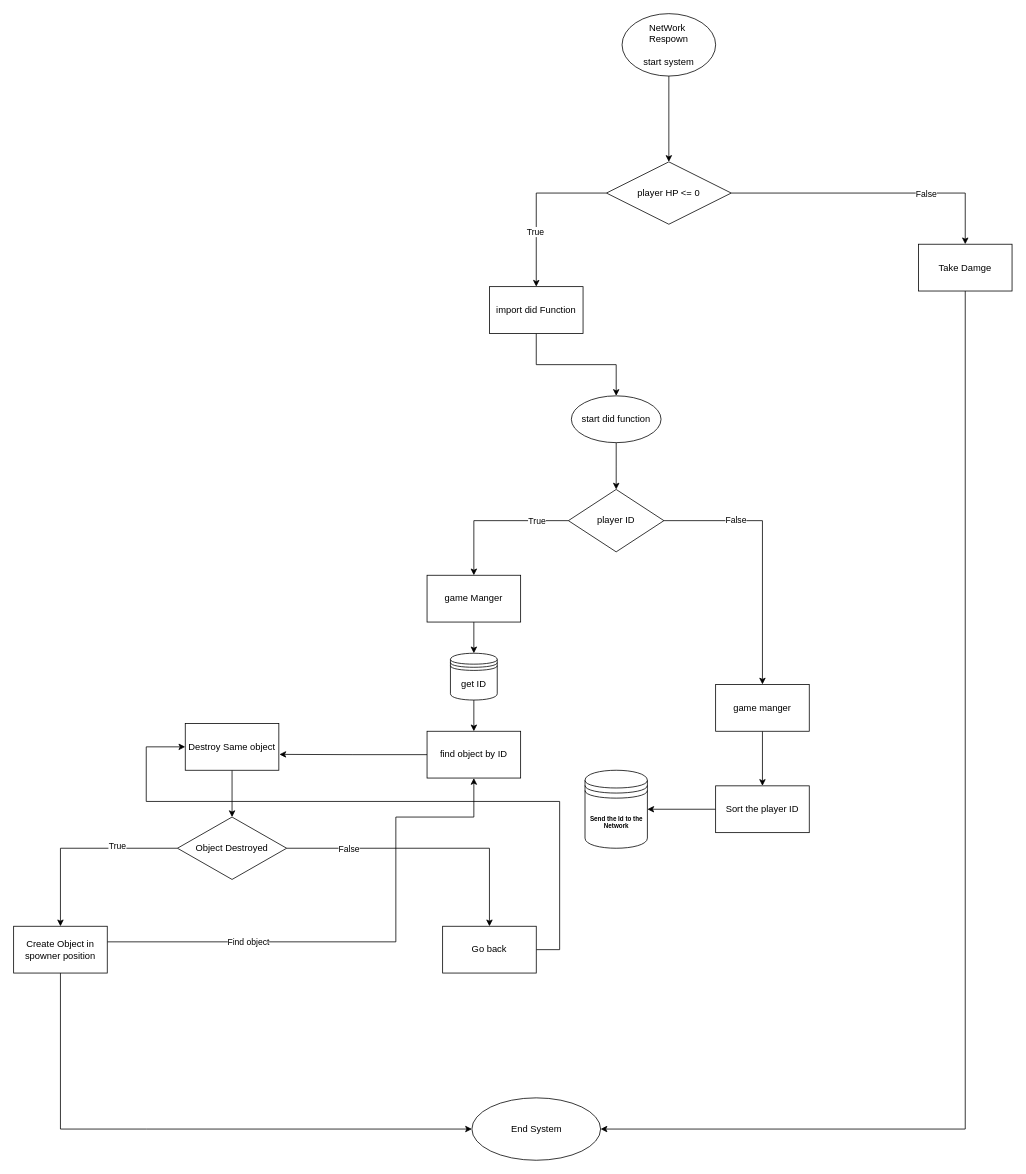
The draw.io diagram Netzork Respozn.drawio in heroassem/my_algo, before the edit. Source tidied: cells renumbered, new cells numbered last; positions are measured from the earlier drawing's top-left corner, leaving out a move shared by most shapes. Both pictures are drawn from the tidied source at 78%, with x=0, y=0 at pixel (13, 13).
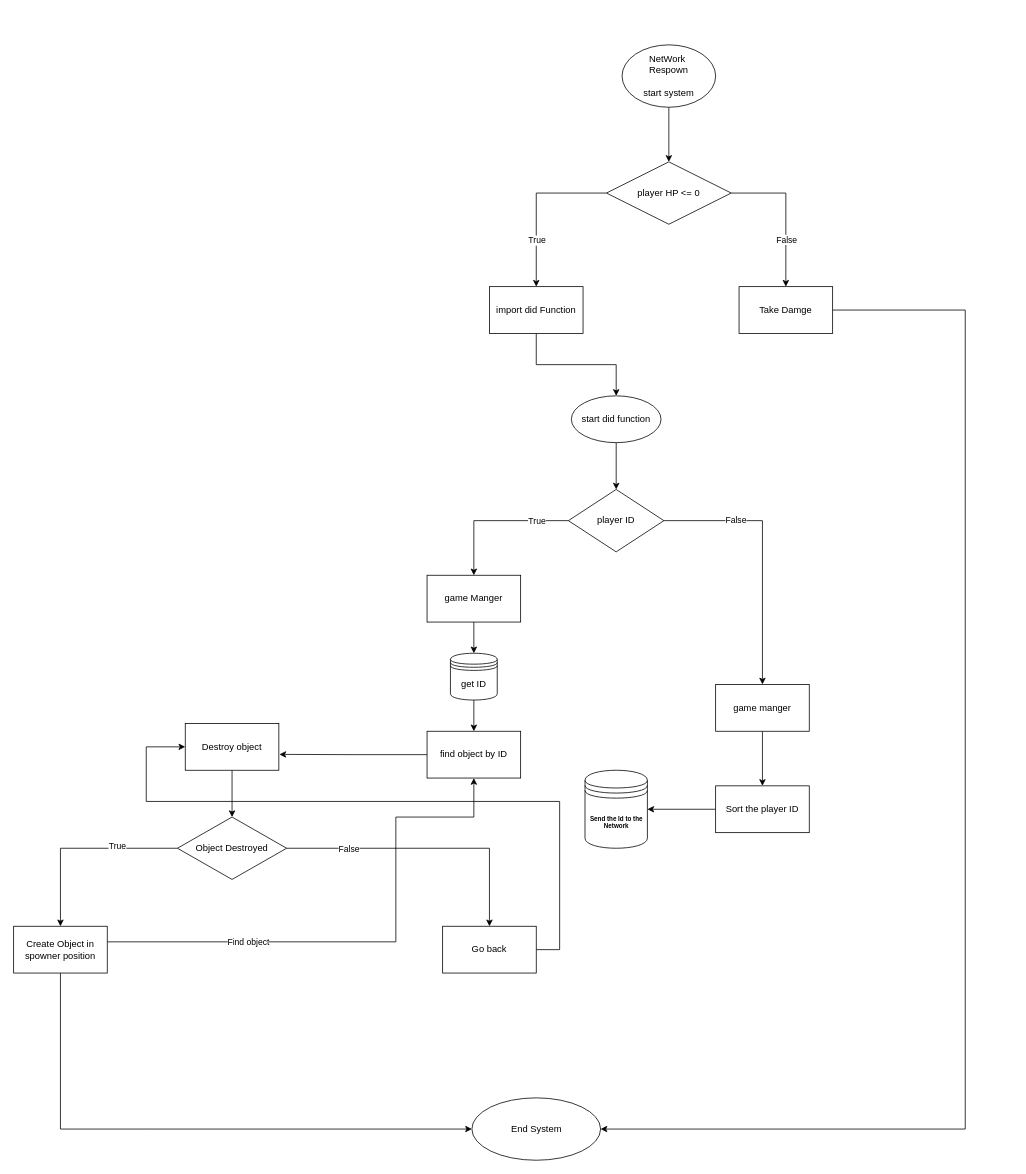
Above is the later version.

Unchanged cells that the change refers to:
```xml
<mxCell id="4" style="edgeStyle=orthogonalEdgeStyle;rounded=0;jettySize=auto;html=1;" parent="1" edge="1" source="8" target="10">
  <mxGeometry relative="1" as="geometry" />
</mxCell>
```

What changed in the source:
```diff
@@
     <mxCell id="3" value="NetWork&amp;nbsp;&lt;div&gt;Respown&lt;/div&gt;&lt;div&gt;&lt;br&gt;&lt;/div&gt;&lt;div&gt;start system&lt;/div&gt;" style="ellipse;whiteSpace=wrap;html=1;" parent="1" vertex="1">
-      <mxGeometry x="780" width="120" height="80" as="geometry" />
+      <mxGeometry x="780" y="40" width="120" height="80" as="geometry" />
     </mxCell>
@@
     <mxCell id="5" value="True" style="edgeLabel;html=1;align=center;verticalAlign=middle;" parent="4" vertex="1">
-      <mxGeometry x="0.32" y="-2" relative="1" as="geometry" />
+      <mxGeometry x="0.32" y="-2" relative="1" as="geometry">
+        <mxPoint x="2" y="11" as="offset" />
+      </mxGeometry>
     </mxCell>
@@
     <mxCell id="12" value="Take Damge" style="whiteSpace=wrap;html=1;" parent="1" vertex="1">
-      <mxGeometry x="1160" y="295.6" width="120" height="60" as="geometry" />
+      <mxGeometry x="930" y="350" width="120" height="60" as="geometry" />
     </mxCell>
@@
-    <mxCell id="31" value="Destroy Same object" style="whiteSpace=wrap;html=1;" parent="1" vertex="1">
+    <mxCell id="31" value="Destroy object" style="whiteSpace=wrap;html=1;" parent="1" vertex="1">
       <mxGeometry x="220" y="910" width="120" height="60" as="geometry" />
     </mxCell>
```
